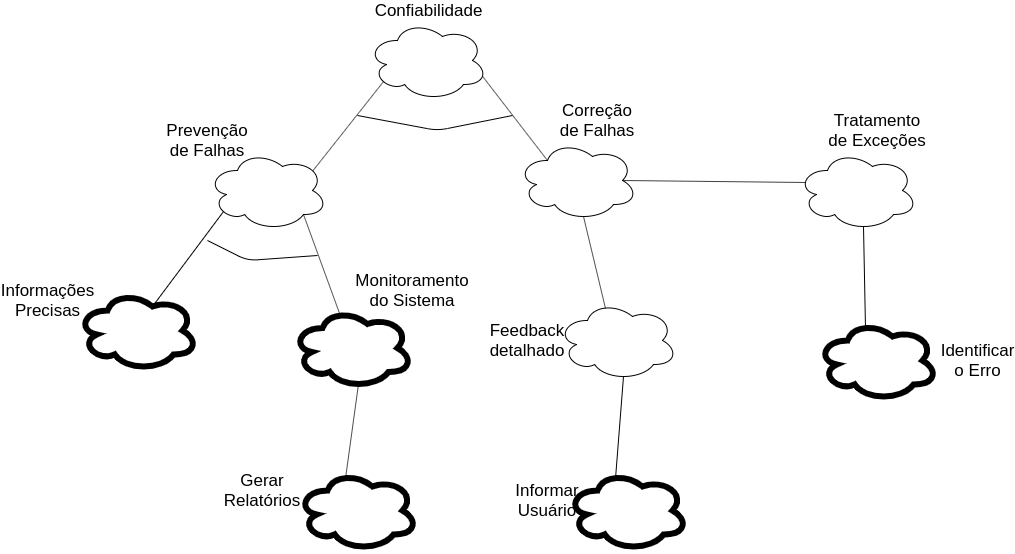
Above: docs/img/ConfiabilidadeDesal.png in Requisitos-de-Software/2019.2-Audible (draw.io), before the change. Source tidied: cells renumbered, new cells last; positions are measured from the earlier drawing's top-left corner, leaving out a move shared by most shapes. The source it was exported from:
```xml
<mxGraphModel>
  <root>
    <mxCell id="0" />
    <mxCell id="1" parent="0" />
    <mxCell id="2" style="ellipse;shape=cloud;whiteSpace=wrap;html=1;strokeWidth=6;" parent="1" vertex="1">
      <mxGeometry x="270" y="470" width="120" height="80" as="geometry" />
    </mxCell>
    <mxCell id="3" style="ellipse;shape=cloud;whiteSpace=wrap;html=1;strokeWidth=6;" parent="1" vertex="1">
      <mxGeometry x="790" y="320" width="120" height="80" as="geometry" />
    </mxCell>
    <mxCell id="4" style="ellipse;shape=cloud;whiteSpace=wrap;html=1;strokeWidth=6;" parent="1" vertex="1">
      <mxGeometry x="540" y="470" width="120" height="80" as="geometry" />
    </mxCell>
    <mxCell id="5" style="edgeStyle=none;rounded=0;jettySize=auto;html=1;exitX=0.55;exitY=0.95;exitDx=0;exitDy=0;exitPerimeter=0;entryX=0.4;entryY=0.1;entryDx=0;entryDy=0;entryPerimeter=0;endArrow=none;endFill=0;fontSize=17;" parent="1" edge="1" source="6" target="4">
      <mxGeometry relative="1" as="geometry" />
    </mxCell>
    <mxCell id="6" style="ellipse;shape=cloud;whiteSpace=wrap;html=1;" parent="1" vertex="1">
      <mxGeometry x="530" y="300" width="120" height="80" as="geometry" />
    </mxCell>
    <mxCell id="7" style="edgeStyle=none;rounded=0;jettySize=auto;html=1;exitX=0.55;exitY=0.95;exitDx=0;exitDy=0;exitPerimeter=0;entryX=0.4;entryY=0.1;entryDx=0;entryDy=0;entryPerimeter=0;endArrow=none;endFill=0;fontSize=17;" parent="1" edge="1" source="8" target="3">
      <mxGeometry relative="1" as="geometry" />
    </mxCell>
    <mxCell id="8" style="ellipse;shape=cloud;whiteSpace=wrap;html=1;" parent="1" vertex="1">
      <mxGeometry x="770" y="150" width="120" height="80" as="geometry" />
    </mxCell>
    <mxCell id="9" style="edgeStyle=none;rounded=0;jettySize=auto;html=1;exitX=0.55;exitY=0.95;exitDx=0;exitDy=0;exitPerimeter=0;entryX=0.4;entryY=0.1;entryDx=0;entryDy=0;entryPerimeter=0;endArrow=none;endFill=0;fontSize=17;" parent="1" edge="1" source="10" target="2">
      <mxGeometry relative="1" as="geometry" />
    </mxCell>
    <mxCell id="10" style="ellipse;shape=cloud;whiteSpace=wrap;html=1;strokeWidth=6;" parent="1" vertex="1">
      <mxGeometry x="265" y="307.5" width="120" height="80" as="geometry" />
    </mxCell>
    <mxCell id="11" style="ellipse;shape=cloud;whiteSpace=wrap;html=1;strokeWidth=6;" parent="1" vertex="1">
      <mxGeometry x="50" y="290" width="120" height="80" as="geometry" />
    </mxCell>
    <mxCell id="12" style="edgeStyle=none;rounded=0;jettySize=auto;html=1;exitX=0.55;exitY=0.95;exitDx=0;exitDy=0;exitPerimeter=0;entryX=0.4;entryY=0.1;entryDx=0;entryDy=0;entryPerimeter=0;endArrow=none;endFill=0;fontSize=17;" parent="1" edge="1" source="14" target="6">
      <mxGeometry relative="1" as="geometry" />
    </mxCell>
    <mxCell id="13" style="edgeStyle=none;rounded=0;jettySize=auto;html=1;exitX=0.875;exitY=0.5;exitDx=0;exitDy=0;exitPerimeter=0;entryX=0.07;entryY=0.4;entryDx=0;entryDy=0;entryPerimeter=0;endArrow=none;endFill=0;fontSize=17;" parent="1" edge="1" source="14" target="8">
      <mxGeometry relative="1" as="geometry" />
    </mxCell>
    <mxCell id="14" style="ellipse;shape=cloud;whiteSpace=wrap;html=1;" parent="1" vertex="1">
      <mxGeometry x="490" y="140" width="120" height="80" as="geometry" />
    </mxCell>
    <mxCell id="15" style="edgeStyle=none;rounded=0;jettySize=auto;html=1;exitX=0.13;exitY=0.77;exitDx=0;exitDy=0;exitPerimeter=0;entryX=0.625;entryY=0.2;entryDx=0;entryDy=0;entryPerimeter=0;endArrow=none;endFill=0;fontSize=17;" parent="1" edge="1" source="17" target="11">
      <mxGeometry relative="1" as="geometry" />
    </mxCell>
    <mxCell id="16" style="edgeStyle=none;rounded=0;jettySize=auto;html=1;exitX=0.8;exitY=0.8;exitDx=0;exitDy=0;exitPerimeter=0;entryX=0.4;entryY=0.1;entryDx=0;entryDy=0;entryPerimeter=0;endArrow=none;endFill=0;fontSize=17;" parent="1" edge="1" source="17" target="10">
      <mxGeometry relative="1" as="geometry" />
    </mxCell>
    <mxCell id="17" style="ellipse;shape=cloud;whiteSpace=wrap;html=1;" parent="1" vertex="1">
      <mxGeometry x="180" y="150" width="120" height="80" as="geometry" />
    </mxCell>
    <mxCell id="18" style="rounded=0;jettySize=auto;html=1;exitX=0.13;exitY=0.77;exitDx=0;exitDy=0;exitPerimeter=0;entryX=0.88;entryY=0.25;entryDx=0;entryDy=0;entryPerimeter=0;fontSize=17;endArrow=none;endFill=0;" parent="1" edge="1" source="20" target="17">
      <mxGeometry relative="1" as="geometry" />
    </mxCell>
    <mxCell id="19" style="edgeStyle=none;rounded=0;jettySize=auto;html=1;exitX=0.96;exitY=0.7;exitDx=0;exitDy=0;exitPerimeter=0;entryX=0.25;entryY=0.25;entryDx=0;entryDy=0;entryPerimeter=0;endArrow=none;endFill=0;fontSize=17;" parent="1" edge="1" source="20" target="14">
      <mxGeometry relative="1" as="geometry" />
    </mxCell>
    <mxCell id="20" style="ellipse;shape=cloud;whiteSpace=wrap;html=1;" parent="1" vertex="1">
      <mxGeometry x="340" y="20" width="120" height="80" as="geometry" />
    </mxCell>
    <mxCell id="21" value="&lt;font style=&quot;font-size: 17px&quot;&gt;Confiabilidade&lt;/font&gt;" style="text;html=1;strokeColor=none;fillColor=none;align=center;verticalAlign=middle;whiteSpace=wrap;rounded=0;" parent="1" vertex="1">
      <mxGeometry x="380" width="40" height="20" as="geometry" />
    </mxCell>
    <mxCell id="22" value="Prevenção de Falhas" style="text;html=1;strokeColor=none;fillColor=none;align=center;verticalAlign=middle;whiteSpace=wrap;rounded=0;fontSize=17;" parent="1" vertex="1">
      <mxGeometry x="145" y="130" width="70" height="20" as="geometry" />
    </mxCell>
    <mxCell id="23" value="Correção de Falhas" style="text;html=1;strokeColor=none;fillColor=none;align=center;verticalAlign=middle;whiteSpace=wrap;rounded=0;fontSize=17;" parent="1" vertex="1">
      <mxGeometry x="530" y="110" width="80" height="20" as="geometry" />
    </mxCell>
    <mxCell id="24" value="Tratamento de Exceções" style="text;html=1;strokeColor=none;fillColor=none;align=center;verticalAlign=middle;whiteSpace=wrap;rounded=0;fontSize=17;" parent="1" vertex="1">
      <mxGeometry x="800" y="120" width="100" height="20" as="geometry" />
    </mxCell>
    <mxCell id="25" value="Identificar o Erro" style="text;html=1;strokeColor=none;fillColor=none;align=center;verticalAlign=middle;whiteSpace=wrap;rounded=0;fontSize=17;" parent="1" vertex="1">
      <mxGeometry x="920" y="350" width="60" height="20" as="geometry" />
    </mxCell>
    <mxCell id="26" value="Feedback detalhado" style="text;html=1;strokeColor=none;fillColor=none;align=center;verticalAlign=middle;whiteSpace=wrap;rounded=0;fontSize=17;" parent="1" vertex="1">
      <mxGeometry x="480" y="330" width="40" height="20" as="geometry" />
    </mxCell>
    <mxCell id="27" value="Informar Usuário" style="text;html=1;strokeColor=none;fillColor=none;align=center;verticalAlign=middle;whiteSpace=wrap;rounded=0;fontSize=17;" parent="1" vertex="1">
      <mxGeometry x="500" y="490" width="40" height="20" as="geometry" />
    </mxCell>
    <mxCell id="28" value="Informações Precisas" style="text;html=1;strokeColor=none;fillColor=none;align=center;verticalAlign=middle;whiteSpace=wrap;rounded=0;fontSize=17;" parent="1" vertex="1">
      <mxGeometry y="290" width="40" height="20" as="geometry" />
    </mxCell>
    <mxCell id="29" value="Monitoramento do Sistema" style="text;html=1;strokeColor=none;fillColor=none;align=center;verticalAlign=middle;whiteSpace=wrap;rounded=0;fontSize=17;" parent="1" vertex="1">
      <mxGeometry x="350" y="280" width="70" height="20" as="geometry" />
    </mxCell>
    <mxCell id="30" value="Gerar Relatórios" style="text;html=1;strokeColor=none;fillColor=none;align=center;verticalAlign=middle;whiteSpace=wrap;rounded=0;fontSize=17;" parent="1" vertex="1">
      <mxGeometry x="215" y="480" width="40" height="20" as="geometry" />
    </mxCell>
    <mxCell id="31" style="endArrow=none;html=1;fontSize=17;" parent="1" edge="1">
      <mxGeometry relative="1" as="geometry">
        <mxPoint x="330" y="115" as="sourcePoint" />
        <mxPoint x="485" y="115" as="targetPoint" />
        <Array as="points">
          <mxPoint x="410" y="130" />
        </Array>
      </mxGeometry>
    </mxCell>
    <mxCell id="32" style="endArrow=none;html=1;fontSize=17;" parent="1" edge="1">
      <mxGeometry relative="1" as="geometry">
        <mxPoint x="180" y="240" as="sourcePoint" />
        <mxPoint x="290" y="255" as="targetPoint" />
        <Array as="points">
          <mxPoint x="220" y="260" />
        </Array>
      </mxGeometry>
    </mxCell>
  </root>
</mxGraphModel>
```
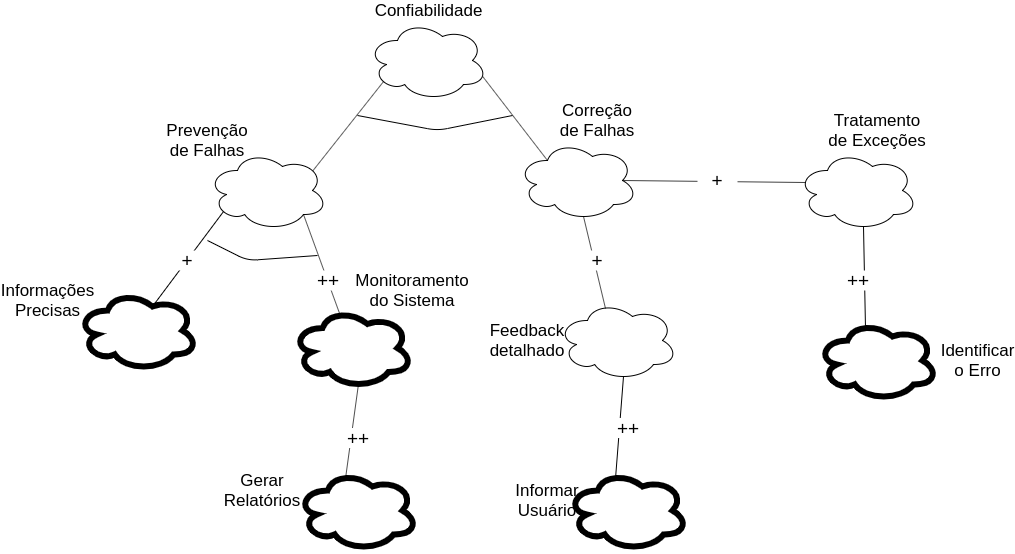
After the change.

Change to the diagram source:
```diff
@@ -107,5 +107,26 @@
         </Array>
       </mxGeometry>
     </mxCell>
+    <mxCell id="33" value="++" style="text;html=1;strokeColor=none;fillColor=#ffffff;align=center;verticalAlign=middle;whiteSpace=wrap;rounded=0;fontSize=19;" parent="1" vertex="1">
+      <mxGeometry x="810" y="270" width="40" height="20" as="geometry" />
+    </mxCell>
+    <mxCell id="34" value="+" style="text;html=1;strokeColor=none;fillColor=#ffffff;align=center;verticalAlign=middle;whiteSpace=wrap;rounded=0;fontSize=19;" parent="1" vertex="1">
+      <mxGeometry x="670" y="170" width="40" height="20" as="geometry" />
+    </mxCell>
+    <mxCell id="35" value="+" style="text;html=1;strokeColor=none;fillColor=#ffffff;align=center;verticalAlign=middle;whiteSpace=wrap;rounded=0;fontSize=19;" parent="1" vertex="1">
+      <mxGeometry x="550" y="250" width="40" height="20" as="geometry" />
+    </mxCell>
+    <mxCell id="36" value="++" style="text;html=1;strokeColor=none;fillColor=#ffffff;align=center;verticalAlign=middle;whiteSpace=wrap;rounded=0;fontSize=19;" parent="1" vertex="1">
+      <mxGeometry x="580" y="417.5" width="40" height="20" as="geometry" />
+    </mxCell>
+    <mxCell id="37" value="++" style="text;html=1;strokeColor=none;fillColor=#ffffff;align=center;verticalAlign=middle;whiteSpace=wrap;rounded=0;fontSize=19;" parent="1" vertex="1">
+      <mxGeometry x="280" y="270" width="40" height="20" as="geometry" />
+    </mxCell>
+    <mxCell id="38" value="++" style="text;html=1;strokeColor=none;fillColor=#ffffff;align=center;verticalAlign=middle;whiteSpace=wrap;rounded=0;fontSize=19;" parent="1" vertex="1">
+      <mxGeometry x="310" y="427.5" width="40" height="20" as="geometry" />
+    </mxCell>
+    <mxCell id="39" value="+" style="text;html=1;strokeColor=none;fillColor=#ffffff;align=center;verticalAlign=middle;whiteSpace=wrap;rounded=0;fontSize=19;" parent="1" vertex="1">
+      <mxGeometry x="140" y="250" width="40" height="20" as="geometry" />
+    </mxCell>
   </root>
 </mxGraphModel>
```
